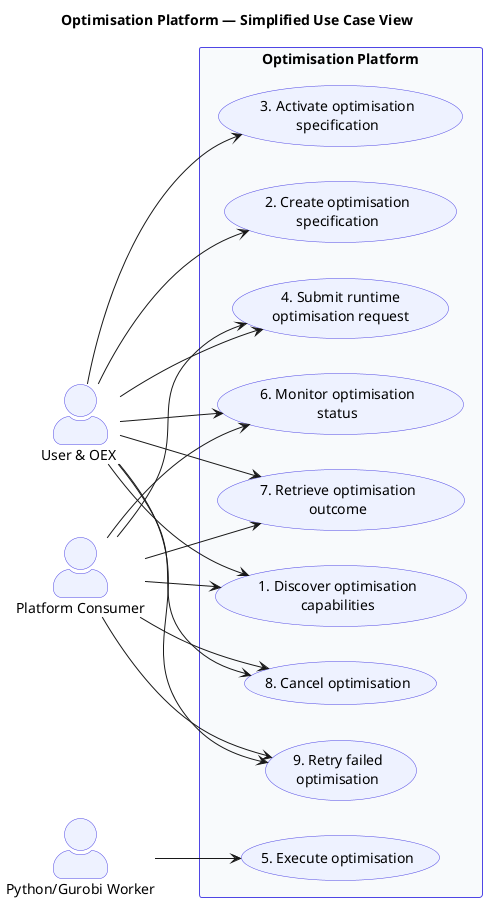
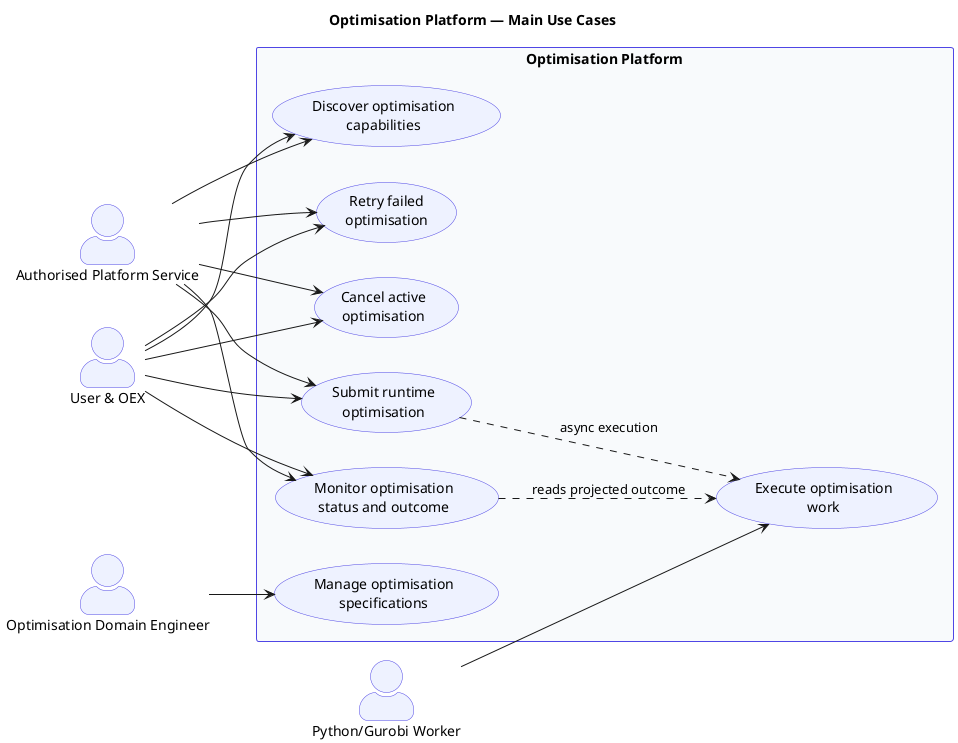
@startuml
- title Optimisation Platform — Simplified Use Case View
+ title Optimisation Platform — Main Use Cases

left to right direction
+ 
skinparam packageStyle rectangle
skinparam actorStyle awesome
skinparam usecaseBorderColor #4F46E5
skinparam usecaseBackgroundColor #EEF2FF
skinparam actorBorderColor #4F46E5
skinparam actorBackgroundColor #EEF2FF
skinparam rectangleBorderColor #4F46E5
skinparam rectangleBackgroundColor #F8FAFC

- actor "User & OEX " as UserOEX
- actor "Platform Consumer" as Consumer
+ actor "User & OEX" as UserOEX
+ actor "Authorised Platform Service" as PlatformService
+ actor "Optimisation Domain Engineer" as DomainEngineer
actor "Python/Gurobi Worker" as Worker

rectangle "Optimisation Platform" {
-   usecase "1. Discover optimisation\ncapabilities" as UC1
-   usecase "2. Create optimisation\nspecification" as UC2
-   usecase "3. Activate optimisation\nspecification" as UC3
-   usecase "4. Submit runtime\noptimisation request" as UC4
-   usecase "5. Execute optimisation" as UC5
-   usecase "6. Monitor optimisation\nstatus" as UC6
-   usecase "7. Retrieve optimisation\noutcome" as UC7
-   usecase "8. Cancel optimisation" as UC8
-   usecase "9. Retry failed\noptimisation" as UC9
+   usecase "Discover optimisation\ncapabilities" as UC_Discover
+   usecase "Manage optimisation\nspecifications" as UC_ManageSpecs
+   usecase "Submit runtime\noptimisation" as UC_Submit
+   usecase "Monitor optimisation\nstatus and outcome" as UC_Monitor
+   usecase "Cancel active\noptimisation" as UC_Cancel
+   usecase "Retry failed\noptimisation" as UC_Retry
+   usecase "Execute optimisation\nwork" as UC_Execute
}

- UserOEX --> UC1
- UserOEX --> UC2
- UserOEX --> UC3
- UserOEX --> UC4
- UserOEX --> UC6
- UserOEX --> UC7
- UserOEX --> UC8
- UserOEX --> UC9
+ UserOEX --> UC_Discover
+ UserOEX --> UC_Submit
+ UserOEX --> UC_Monitor
+ UserOEX --> UC_Cancel
+ UserOEX --> UC_Retry

- Consumer --> UC1
- Consumer --> UC4
- Consumer --> UC6
- Consumer --> UC7
- Consumer --> UC8
- Consumer --> UC9
+ PlatformService --> UC_Discover
+ PlatformService --> UC_Submit
+ PlatformService --> UC_Monitor
+ PlatformService --> UC_Cancel
+ PlatformService --> UC_Retry

- Worker --> UC5
+ DomainEngineer --> UC_ManageSpecs
+ 
+ Worker --> UC_Execute
+ 
+ UC_Submit ..> UC_Execute : async execution
+ UC_Monitor ..> UC_Execute : reads projected outcome

@enduml
